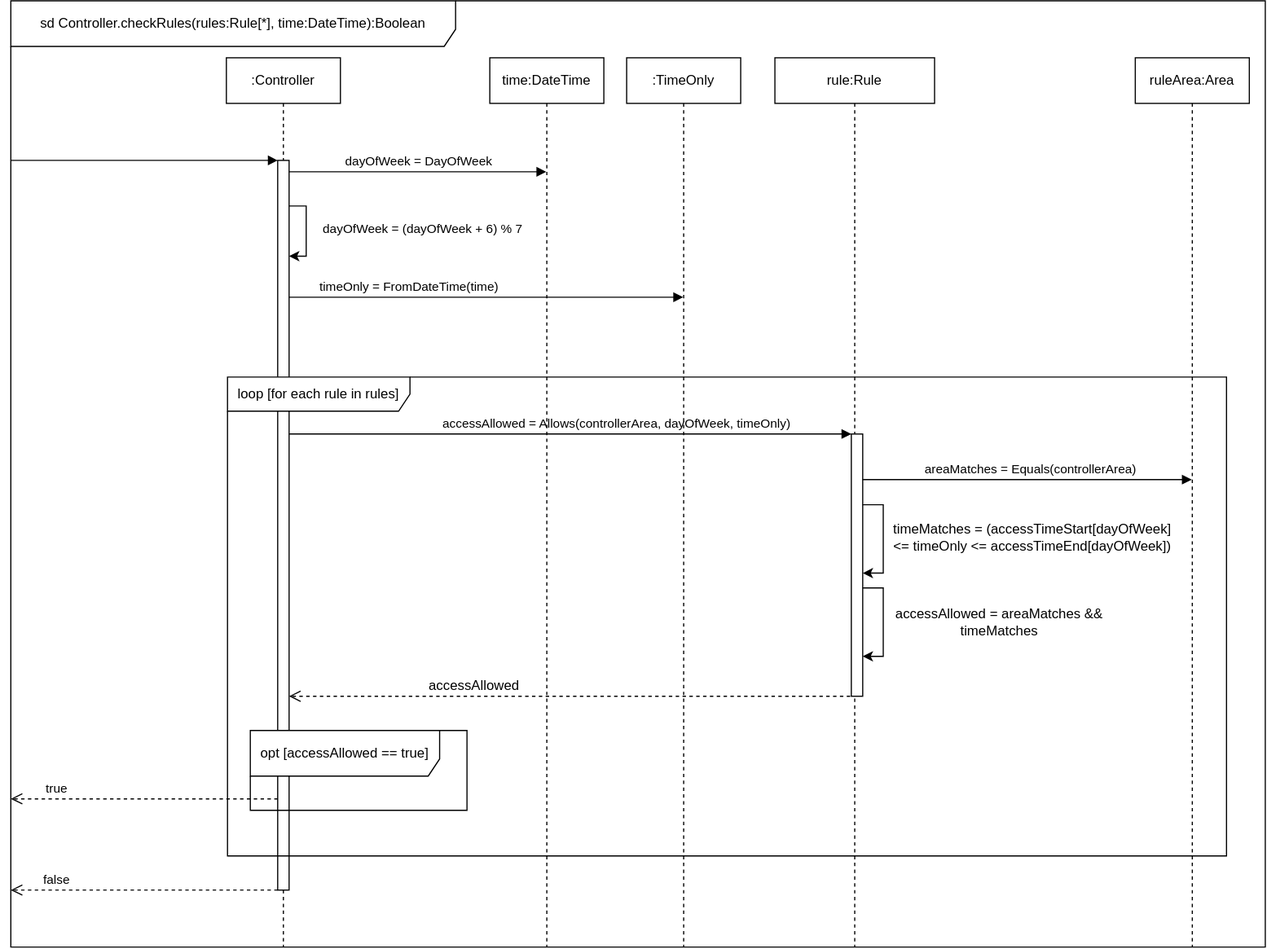
Above: lab2/diagrams/skud-sequence-diagram2.svg in akshin-kuvshin/ooad (draw.io), before the change. Source tidied: cells renumbered, new cells last; positions are measured from the earlier drawing's top-left corner, leaving out a move shared by most shapes. Source of this version:
```xml
<mxGraphModel>
  <root>
    <mxCell id="0" />
    <mxCell id="1" parent="0" />
    <mxCell id="2" value=":Controller" style="shape=umlLifeline;perimeter=lifelinePerimeter;whiteSpace=wrap;html=1;newEdgeStyle={&quot;edgeStyle&quot;:&quot;sequenceEdgeStyle&quot;,&quot;libavoidRouting&quot;:0,&quot;curved&quot;:0,&quot;rounded&quot;:0};labelBackgroundColor=none;" parent="1" vertex="1">
      <mxGeometry x="189" y="50" width="100" height="780" as="geometry" />
    </mxCell>
    <mxCell id="3" style="html=1;points=[[0,0,0,0,5],[0,1,0,0,-5],[1,0,0,0,5],[1,1,0,0,-5]];perimeter=orthogonalPerimeter;outlineConnect=0;targetShapes=umlLifeline;portConstraint=eastwest;newEdgeStyle={&quot;edgeStyle&quot;:&quot;sequenceEdgeStyle&quot;,&quot;libavoidRouting&quot;:0,&quot;curved&quot;:0,&quot;rounded&quot;:0};labelBackgroundColor=none;" parent="2" vertex="1">
      <mxGeometry x="45" y="90" width="10" height="640" as="geometry" />
    </mxCell>
    <mxCell id="4" value=":TimeOnly" style="shape=umlLifeline;perimeter=lifelinePerimeter;whiteSpace=wrap;html=1;outlineConnect=0;portConstraint=eastwest;newEdgeStyle={&quot;edgeStyle&quot;:&quot;sequenceEdgeStyle&quot;,&quot;libavoidRouting&quot;:0,&quot;curved&quot;:0,&quot;rounded&quot;:0};labelBackgroundColor=none;" parent="1" vertex="1">
      <mxGeometry x="540" y="50" width="100" height="780" as="geometry" />
    </mxCell>
    <mxCell id="5" value="rule:Rule" style="shape=umlLifeline;perimeter=lifelinePerimeter;whiteSpace=wrap;html=1;newEdgeStyle={&quot;edgeStyle&quot;:&quot;sequenceEdgeStyle&quot;,&quot;libavoidRouting&quot;:0,&quot;curved&quot;:0,&quot;rounded&quot;:0};labelBackgroundColor=none;" parent="1" vertex="1">
      <mxGeometry x="670" y="50" width="140" height="780" as="geometry" />
    </mxCell>
    <mxCell id="6" style="html=1;points=[[0,0,0,0,5],[0,1,0,0,-5],[1,0,0,0,5],[1,1,0,0,-5]];perimeter=orthogonalPerimeter;outlineConnect=0;targetShapes=umlLifeline;portConstraint=eastwest;newEdgeStyle={&quot;edgeStyle&quot;:&quot;sequenceEdgeStyle&quot;,&quot;libavoidRouting&quot;:0,&quot;curved&quot;:0,&quot;rounded&quot;:0};" parent="5" vertex="1">
      <mxGeometry x="67" y="330" width="10" height="230" as="geometry" />
    </mxCell>
    <mxCell id="7" value="ruleArea:Area" style="shape=umlLifeline;perimeter=lifelinePerimeter;whiteSpace=wrap;html=1;outlineConnect=0;portConstraint=eastwest;newEdgeStyle={&quot;edgeStyle&quot;:&quot;sequenceEdgeStyle&quot;,&quot;libavoidRouting&quot;:0,&quot;curved&quot;:0,&quot;rounded&quot;:0};labelBackgroundColor=none;" parent="1" vertex="1">
      <mxGeometry x="986" y="50" width="100" height="780" as="geometry" />
    </mxCell>
    <mxCell id="8" value="time:DateTime" style="shape=umlLifeline;perimeter=lifelinePerimeter;whiteSpace=wrap;html=1;outlineConnect=0;portConstraint=eastwest;newEdgeStyle={&quot;edgeStyle&quot;:&quot;sequenceEdgeStyle&quot;,&quot;libavoidRouting&quot;:0,&quot;curved&quot;:0,&quot;rounded&quot;:0};labelBackgroundColor=none;" parent="1" vertex="1">
      <mxGeometry x="420" y="50" width="100" height="780" as="geometry" />
    </mxCell>
    <mxCell id="9" value="&amp;nbsp;dayOfWeek = DayOfWeek" style="html=1;verticalAlign=bottom;endArrow=block;edgeStyle=sequenceEdgeStyle;libavoidRouting=0;curved=0;rounded=0;defaultLabelBackgroundColor=page;labelBackgroundColor=none;fontColor=default;" parent="1" edge="1" source="3" target="8">
      <mxGeometry x="-0.01" relative="1" as="geometry">
        <Array as="points">
          <mxPoint x="356.8" y="150" />
        </Array>
      </mxGeometry>
    </mxCell>
    <mxCell id="10" value="opt [accessAllowed == true]" style="shape=umlFrame;whiteSpace=wrap;html=1;labelBackgroundColor=none;width=166;height=40;" parent="1" vertex="1">
      <mxGeometry x="210" y="640" width="190" height="70" as="geometry" />
    </mxCell>
    <mxCell id="11" value="sd Controller.checkRules(rules:Rule[*], time:DateTime):Boolean" style="shape=umlFrame;whiteSpace=wrap;html=1;width=390;height=40;" parent="1" vertex="1">
      <mxGeometry width="1100" height="830" as="geometry" />
    </mxCell>
    <mxCell id="12" style="edgeStyle=sequenceEdgeStyle;rounded=0;orthogonalLoop=1;jettySize=auto;html=1;libavoidRouting=0;curved=0;defaultLabelBackgroundColor=page;labelBackgroundColor=none;fontColor=default;" parent="1" edge="1">
      <mxGeometry relative="1" as="geometry">
        <mxPoint x="244" y="180" as="sourcePoint" />
        <mxPoint x="244" y="224" as="targetPoint" />
        <Array as="points">
          <mxPoint x="259" y="180" />
          <mxPoint x="259" y="224" />
        </Array>
      </mxGeometry>
    </mxCell>
    <mxCell id="13" value="dayOfWeek = (dayOfWeek + 6) % 7" style="edgeLabel;html=1;align=center;verticalAlign=middle;inheritText=1;labelBackgroundColor=none;defaultLabelBackgroundColor=page;" parent="12" vertex="1">
      <mxGeometry x="0.01" y="4" relative="1" as="geometry">
        <mxPoint x="97" y="-2" as="offset" />
      </mxGeometry>
    </mxCell>
    <mxCell id="14" value="timeOnly = FromDateTime(time)" style="html=1;verticalAlign=bottom;endArrow=block;edgeStyle=sequenceEdgeStyle;libavoidRouting=0;curved=0;rounded=0;defaultLabelBackgroundColor=page;" parent="1" edge="1" target="4">
      <mxGeometry x="-0.39" relative="1" as="geometry">
        <mxPoint x="244" y="260" as="sourcePoint" />
      </mxGeometry>
    </mxCell>
    <mxCell id="15" value="loop [for each rule in rules]" style="shape=umlFrame;whiteSpace=wrap;html=1;width=160;height=30;" parent="1" vertex="1">
      <mxGeometry x="190" y="330" width="876" height="420" as="geometry" />
    </mxCell>
    <mxCell id="16" value="accessAllowed = Allows(controllerArea, dayOfWeek, timeOnly)" style="html=1;verticalAlign=bottom;endArrow=block;edgeStyle=sequenceEdgeStyle;libavoidRouting=0;curved=0;rounded=0;defaultLabelBackgroundColor=page;" parent="1" edge="1" source="3" target="6">
      <mxGeometry x="0.16" relative="1" as="geometry">
        <Array as="points">
          <mxPoint x="490.5" y="380" />
        </Array>
      </mxGeometry>
    </mxCell>
    <mxCell id="17" value="areaMatches = Equals(controllerArea)" style="html=1;verticalAlign=bottom;endArrow=block;edgeStyle=sequenceEdgeStyle;libavoidRouting=0;curved=0;rounded=0;defaultLabelBackgroundColor=page;" parent="1" edge="1" source="6" target="7">
      <mxGeometry x="0.02" relative="1" as="geometry">
        <Array as="points">
          <mxPoint x="891.2" y="420" />
        </Array>
      </mxGeometry>
    </mxCell>
    <mxCell id="18" style="edgeStyle=sequenceEdgeStyle;rounded=0;orthogonalLoop=1;jettySize=auto;html=1;libavoidRouting=0;curved=0;defaultLabelBackgroundColor=page;labelBackgroundColor=none;fontColor=default;" parent="1" edge="1">
      <mxGeometry x="0.11" relative="1" as="geometry">
        <mxPoint x="747" y="442" as="sourcePoint" />
        <mxPoint x="747" y="502" as="targetPoint" />
        <Array as="points">
          <mxPoint x="765" y="442" />
          <mxPoint x="765" y="502" />
        </Array>
      </mxGeometry>
    </mxCell>
    <mxCell id="19" value="timeMatches = (accessTimeStart[dayOfWeek] &amp;lt;= timeOnly &amp;lt;= accessTimeEnd[dayOfWeek])" style="text;html=1;whiteSpace=wrap;strokeColor=none;fillColor=none;align=center;verticalAlign=middle;rounded=0;" parent="1" vertex="1">
      <mxGeometry x="766" y="450" width="260" height="42" as="geometry" />
    </mxCell>
    <mxCell id="20" style="edgeStyle=sequenceEdgeStyle;rounded=0;orthogonalLoop=1;jettySize=auto;html=1;libavoidRouting=0;curved=0;defaultLabelBackgroundColor=page;labelBackgroundColor=none;fontColor=default;" parent="1" edge="1">
      <mxGeometry x="0.11" relative="1" as="geometry">
        <mxPoint x="747" y="515" as="sourcePoint" />
        <mxPoint x="747" y="575" as="targetPoint" />
        <Array as="points">
          <mxPoint x="765" y="515" />
          <mxPoint x="765" y="575" />
        </Array>
      </mxGeometry>
    </mxCell>
    <mxCell id="21" value="accessAllowed = areaMatches &amp;amp;&amp;amp; timeMatches" style="text;html=1;whiteSpace=wrap;strokeColor=none;fillColor=none;align=center;verticalAlign=middle;rounded=0;" parent="1" vertex="1">
      <mxGeometry x="747" y="530" width="240" height="30" as="geometry" />
    </mxCell>
    <mxCell id="22" style="html=1;verticalAlign=bottom;endArrow=block;edgeStyle=sequenceEdgeStyle;libavoidRouting=0;curved=0;rounded=0;defaultLabelBackgroundColor=page;" parent="1" edge="1" target="3">
      <mxGeometry x="-0.66" relative="1" as="geometry">
        <mxPoint y="140" as="sourcePoint" />
        <Array as="points">
          <mxPoint x="117" y="140" />
        </Array>
      </mxGeometry>
    </mxCell>
    <mxCell id="23" value="true" style="html=1;verticalAlign=bottom;endArrow=open;dashed=1;endSize=8;edgeStyle=sequenceEdgeStyle;libavoidRouting=0;curved=0;rounded=0;defaultLabelBackgroundColor=page;" parent="1" edge="1" source="3">
      <mxGeometry x="0.66" relative="1" as="geometry">
        <mxPoint y="700" as="targetPoint" />
      </mxGeometry>
    </mxCell>
    <mxCell id="24" value="&lt;span style=&quot;font-size: 12px; white-space: normal;&quot;&gt;accessAllowed&lt;/span&gt;" style="html=1;verticalAlign=bottom;endArrow=open;dashed=1;endSize=8;edgeStyle=sequenceEdgeStyle;libavoidRouting=0;curved=0;rounded=0;defaultLabelBackgroundColor=page;" parent="1" edge="1" target="3">
      <mxGeometry x="0.34" relative="1" as="geometry">
        <mxPoint x="736" y="610" as="sourcePoint" />
      </mxGeometry>
    </mxCell>
    <mxCell id="25" value="false" style="html=1;verticalAlign=bottom;endArrow=open;dashed=1;endSize=8;edgeStyle=sequenceEdgeStyle;libavoidRouting=0;curved=0;rounded=0;defaultLabelBackgroundColor=page;" parent="1" edge="1" source="3">
      <mxGeometry x="0.66" relative="1" as="geometry">
        <mxPoint y="780" as="targetPoint" />
        <Array as="points">
          <mxPoint x="117" y="780" />
        </Array>
      </mxGeometry>
    </mxCell>
  </root>
</mxGraphModel>
```
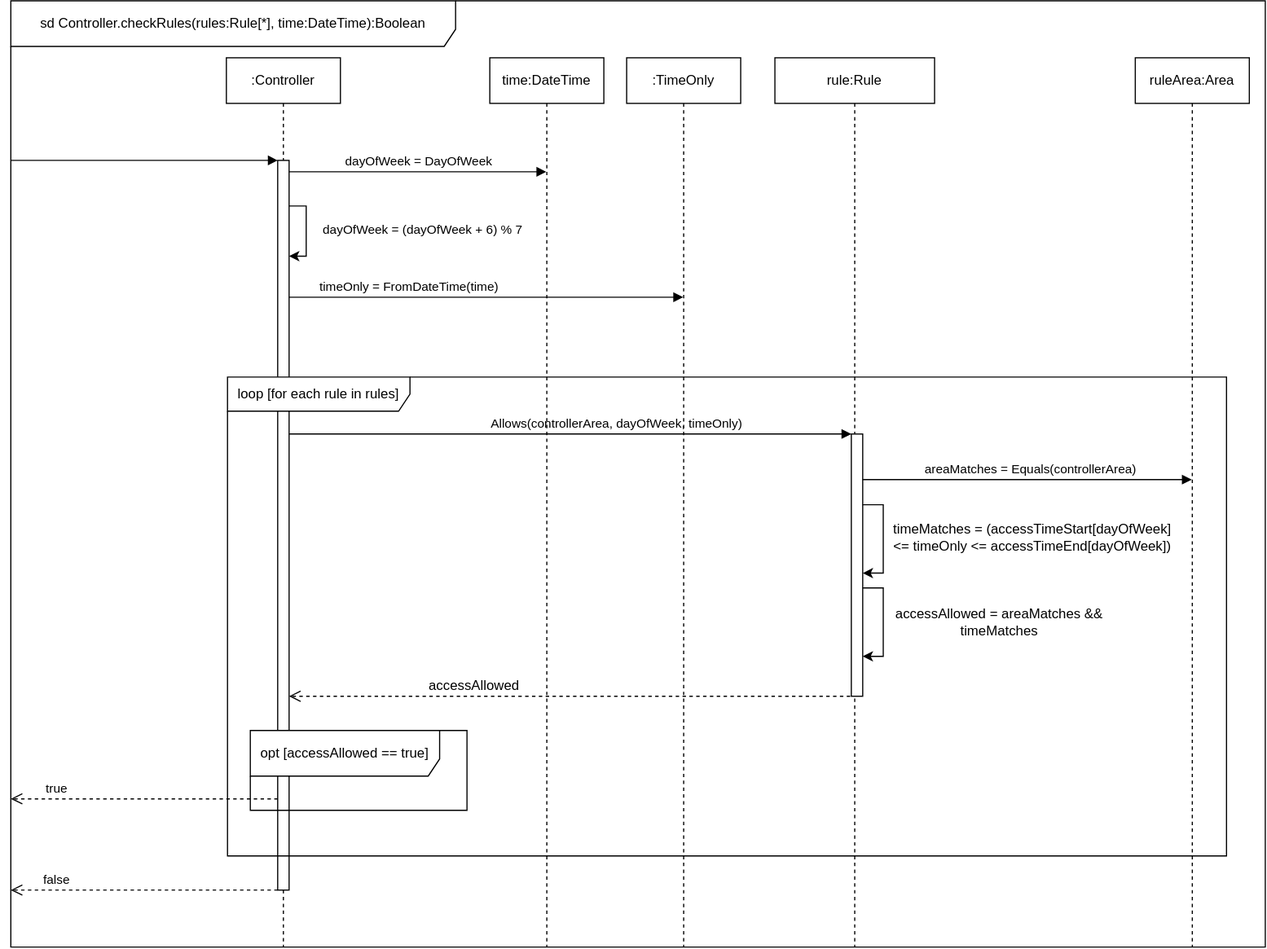
The same diagram one commit later.

The edit, as a diff of the source:
```diff
@@ -59,7 +59,7 @@
     <mxCell id="15" value="loop [for each rule in rules]" style="shape=umlFrame;whiteSpace=wrap;html=1;width=160;height=30;" parent="1" vertex="1">
       <mxGeometry x="190" y="330" width="876" height="420" as="geometry" />
     </mxCell>
-    <mxCell id="16" value="accessAllowed = Allows(controllerArea, dayOfWeek, timeOnly)" style="html=1;verticalAlign=bottom;endArrow=block;edgeStyle=sequenceEdgeStyle;libavoidRouting=0;curved=0;rounded=0;defaultLabelBackgroundColor=page;" parent="1" edge="1" source="3" target="6">
+    <mxCell id="16" value="Allows(controllerArea, dayOfWeek, timeOnly)" style="html=1;verticalAlign=bottom;endArrow=block;edgeStyle=sequenceEdgeStyle;libavoidRouting=0;curved=0;rounded=0;defaultLabelBackgroundColor=page;" parent="1" edge="1" source="3" target="6">
       <mxGeometry x="0.16" relative="1" as="geometry">
         <Array as="points">
           <mxPoint x="490.5" y="380" />
```
